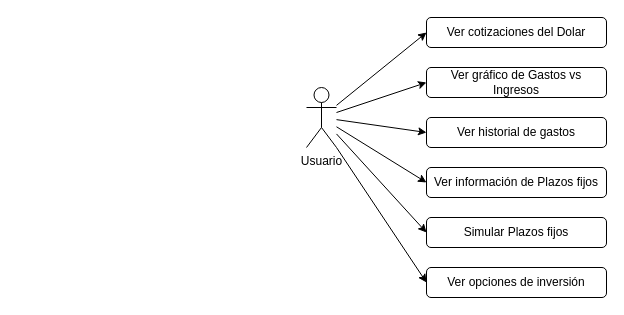
Above: docs/CU.drawio in ggoffredo/TTIP-Grupo1-2s2022 (draw.io), before the change. Source tidied: cells renumbered, new cells numbered last; positions are measured from the earlier drawing's top-left corner, leaving out a move shared by most shapes. Both pictures are drawn from the tidied source at 100%, with x=0, y=0 at pixel (306, 17).
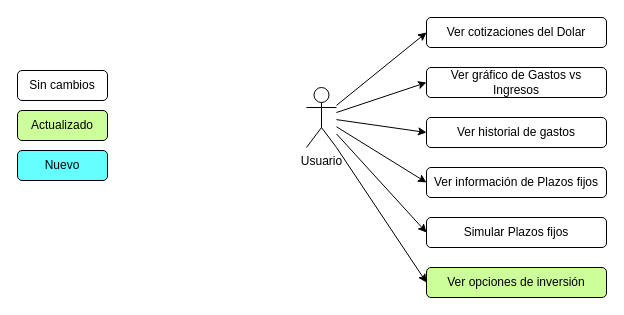
Above is the later version.

Diff of the diagram source:
```diff
@@
 <mxGraphModel>
   <root>
     <mxCell id="0" />
     <mxCell id="1" parent="0" />
     <mxCell id="2" value="&lt;div&gt;Usuario&lt;/div&gt;" style="shape=umlActor;verticalLabelPosition=bottom;verticalAlign=top;html=1;outlineConnect=0;" parent="1" vertex="1">
       <mxGeometry y="70" width="30" height="60" as="geometry" />
     </mxCell>
     <mxCell id="3" value="Ver gráfico de Gastos vs Ingresos" style="rounded=1;whiteSpace=wrap;html=1;" parent="1" vertex="1">
       <mxGeometry x="120" y="50" width="180" height="30" as="geometry" />
     </mxCell>
     <mxCell id="4" value="Ver cotizaciones del Dolar" style="rounded=1;whiteSpace=wrap;html=1;" parent="1" vertex="1">
       <mxGeometry x="120" width="180" height="30" as="geometry" />
     </mxCell>
     <mxCell id="5" value="Ver información de Plazos fijos" style="rounded=1;whiteSpace=wrap;html=1;" parent="1" vertex="1">
       <mxGeometry x="120" y="150" width="180" height="30" as="geometry" />
     </mxCell>
     <mxCell id="6" value="Simular Plazos fijos" style="rounded=1;whiteSpace=wrap;html=1;" parent="1" vertex="1">
       <mxGeometry x="120" y="200" width="180" height="30" as="geometry" />
     </mxCell>
     <mxCell id="7" value="Ver historial de gastos" style="rounded=1;whiteSpace=wrap;html=1;" parent="1" vertex="1">
       <mxGeometry x="120" y="100" width="180" height="30" as="geometry" />
     </mxCell>
     <mxCell id="8" style="endArrow=classic;html=1;rounded=0;entryX=0;entryY=0.5;entryDx=0;entryDy=0;" parent="1" edge="1" source="2" target="4">
       <mxGeometry relative="1" as="geometry" />
     </mxCell>
     <mxCell id="9" style="endArrow=classic;html=1;rounded=0;entryX=0;entryY=0.5;entryDx=0;entryDy=0;" parent="1" edge="1" source="2" target="3">
       <mxGeometry relative="1" as="geometry" />
     </mxCell>
     <mxCell id="10" style="endArrow=classic;html=1;rounded=0;entryX=0;entryY=0.5;entryDx=0;entryDy=0;" parent="1" edge="1" source="2" target="7">
       <mxGeometry relative="1" as="geometry" />
     </mxCell>
     <mxCell id="11" style="endArrow=classic;html=1;rounded=0;entryX=0;entryY=0.5;entryDx=0;entryDy=0;" parent="1" edge="1" source="2" target="5">
       <mxGeometry relative="1" as="geometry" />
     </mxCell>
     <mxCell id="12" style="endArrow=classic;html=1;rounded=0;entryX=0;entryY=0.5;entryDx=0;entryDy=0;" parent="1" edge="1" source="2" target="6">
       <mxGeometry relative="1" as="geometry" />
     </mxCell>
-    <mxCell id="13" value="Ver opciones de inversión" style="rounded=1;whiteSpace=wrap;html=1;" parent="1" vertex="1">
+    <mxCell id="13" value="Ver opciones de inversión" style="rounded=1;whiteSpace=wrap;html=1;fillColor=#CCFF99;" parent="1" vertex="1">
       <mxGeometry x="120" y="250" width="180" height="30" as="geometry" />
     </mxCell>
     <mxCell id="14" style="endArrow=classic;html=1;rounded=0;entryX=0;entryY=0.5;entryDx=0;entryDy=0;exitX=1;exitY=1;exitDx=0;exitDy=0;exitPerimeter=0;" parent="1" edge="1" source="2" target="13">
       <mxGeometry relative="1" as="geometry" />
     </mxCell>
+    <mxCell id="15" value="Actualizado" style="rounded=1;whiteSpace=wrap;html=1;fillColor=#CCFF99;" parent="1" vertex="1">
+      <mxGeometry x="-289" y="93" width="90" height="30" as="geometry" />
+    </mxCell>
+    <mxCell id="16" value="Sin cambios" style="rounded=1;whiteSpace=wrap;html=1;fillColor=#FFFFFF;" parent="1" vertex="1">
+      <mxGeometry x="-289" y="53" width="90" height="30" as="geometry" />
+    </mxCell>
+    <mxCell id="17" value="Nuevo" style="rounded=1;whiteSpace=wrap;html=1;fillColor=#66FFFF;" parent="1" vertex="1">
+      <mxGeometry x="-289" y="133" width="90" height="30" as="geometry" />
+    </mxCell>
   </root>
 </mxGraphModel>
```
